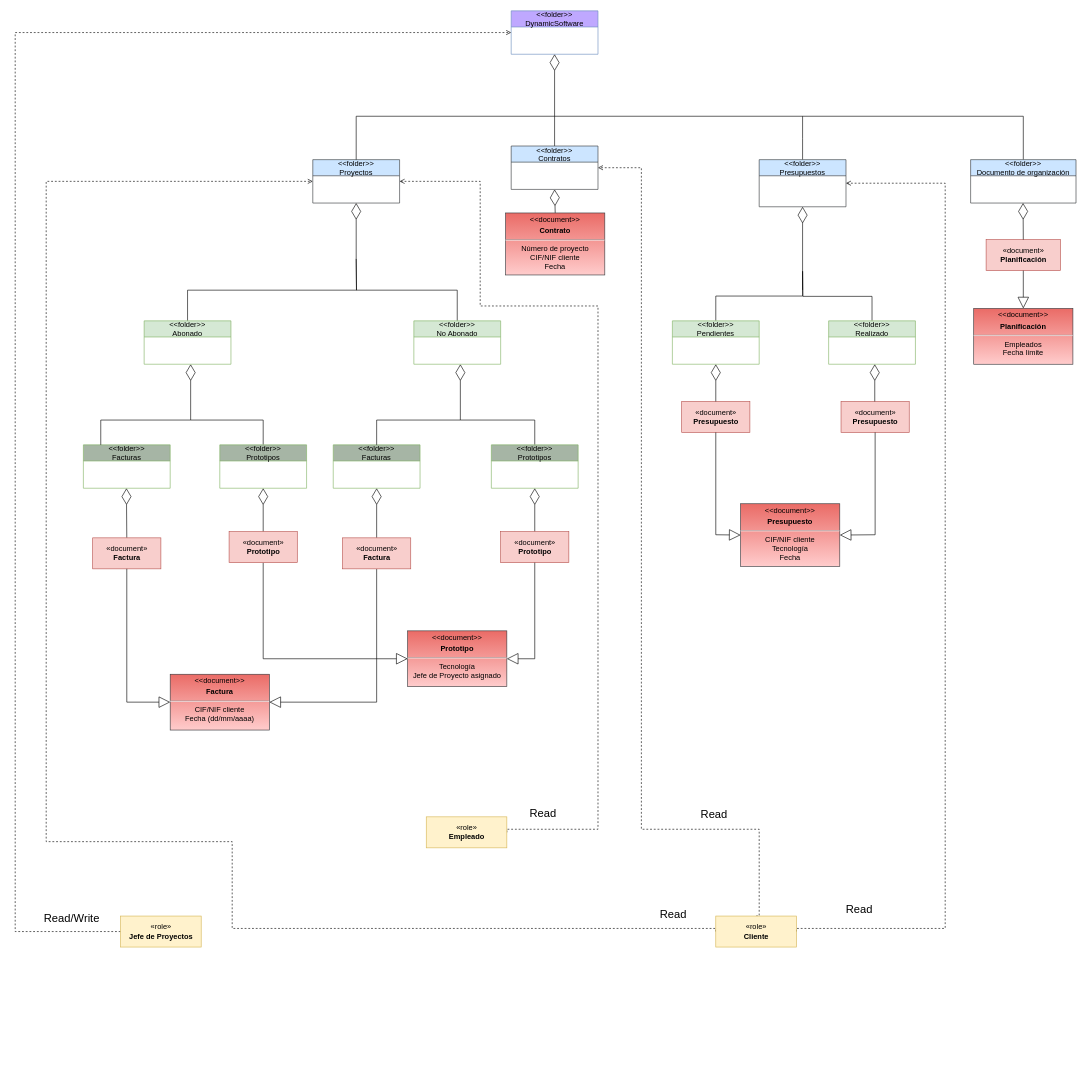
Before: Entrega 4 (19 Noviembre)/Documentación Análisis/Análisis UML DMS v2.drawio in EsDeSepa/GSI-2122-G04, a draw.io diagram. Source tidied: cells renumbered, new cells numbered last; positions are measured from the earlier drawing's top-left corner, leaving out a move shared by most shapes. Both pictures are drawn from the tidied source at 62%, with x=0, y=0 at pixel (15, 11).
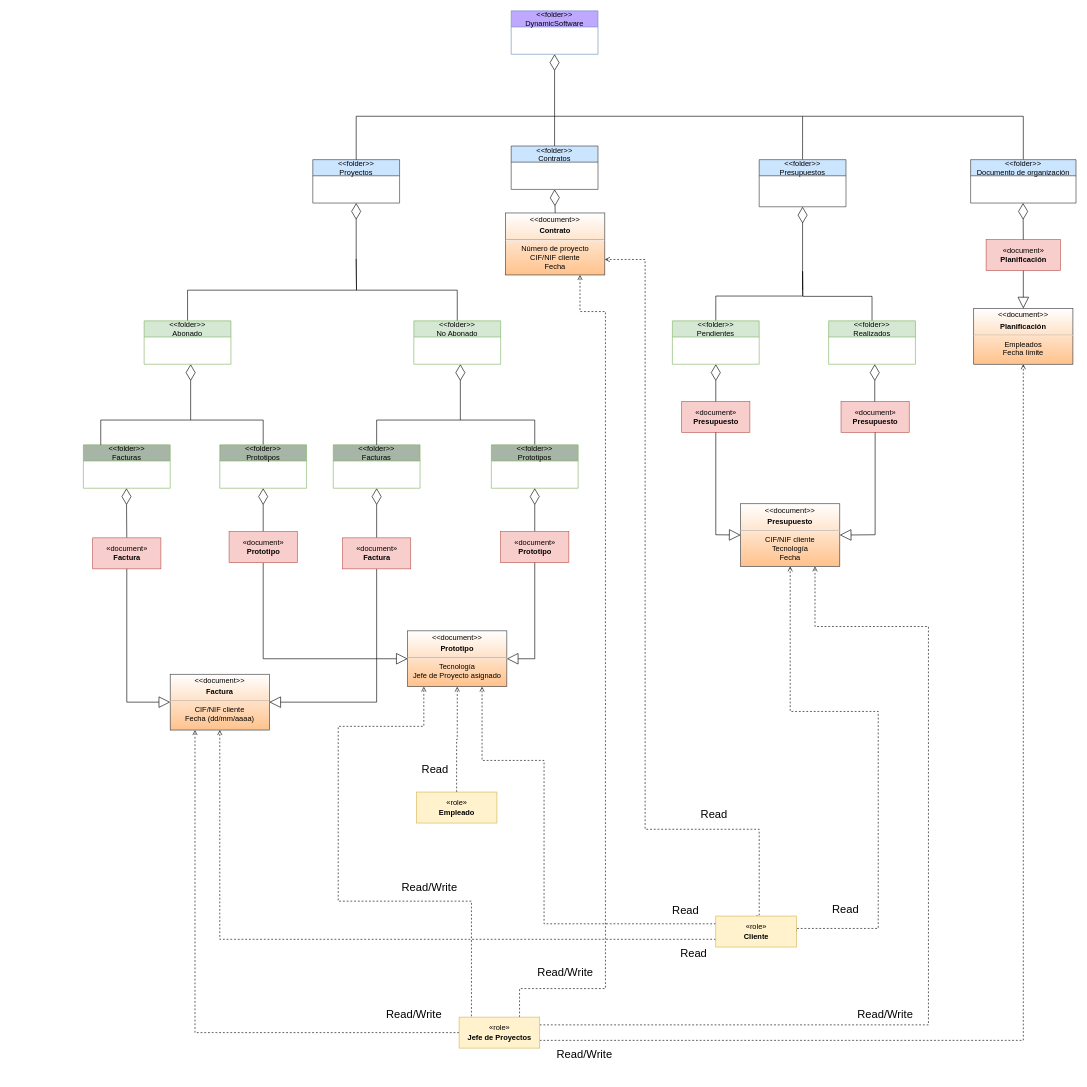
After the change.

Commit message:
Modificacón coloración UML v2 para DMS-2

The change refers to these unchanged cells:
```xml
<mxCell id="2" value="&lt;&lt;folder&gt;&gt;&#10;DynamicSoftware" style="swimlane;fontStyle=0;horizontal=1;startSize=26;fillColor=#BFA8FF;strokeColor=#6c8ebf;" parent="1" vertex="1">
  <mxGeometry x="800" width="140" height="70" as="geometry" />
</mxCell>
<mxCell id="4" value="&lt;&lt;folder&gt;&gt;&#10;Contratos" style="swimlane;fontStyle=0;horizontal=1;startSize=26;fillColor=#cce5ff;strokeColor=#36393d;" parent="1" vertex="1">
  <mxGeometry x="800" y="218" width="140" height="70" as="geometry" />
</mxCell>
<mxCell id="6" value="&lt;&lt;folder&gt;&gt;&#10;Proyectos" style="swimlane;fontStyle=0;horizontal=1;startSize=26;fillColor=#cce5ff;strokeColor=#36393d;" parent="1" vertex="1">
  <mxGeometry x="480" y="240" width="140" height="70" as="geometry" />
</mxCell>
<mxCell id="9" value="&lt;&lt;folder&gt;&gt;&#10;Presupuestos" style="swimlane;fontStyle=0;horizontal=1;startSize=26;fillColor=#cce5ff;strokeColor=#36393d;" parent="1" vertex="1">
  <mxGeometry x="1200" y="240" width="140" height="76" as="geometry" />
</mxCell>
<mxCell id="62" value="«role»&lt;br&gt;&lt;b&gt;Cliente&lt;/b&gt;" style="html=1;fillColor=#fff2cc;strokeColor=#d6b656;" parent="1" vertex="1">
  <mxGeometry x="1130" y="1460" width="130" height="50" as="geometry" />
</mxCell>
```

Change to the diagram source:
```diff
@@
-    <mxCell id="37" value="&lt;&lt;folder&gt;&gt;&#10;Realizado" style="swimlane;fontStyle=0;horizontal=1;startSize=26;fillColor=#d5e8d4;strokeColor=#82b366;" parent="1" vertex="1">
+    <mxCell id="37" value="&lt;&lt;folder&gt;&gt;&#10;Realizados" style="swimlane;fontStyle=0;horizontal=1;startSize=26;fillColor=#d5e8d4;strokeColor=#82b366;" parent="1" vertex="1">
       <mxGeometry x="1312" y="500" width="140" height="70" as="geometry" />
     </mxCell>
@@
-    <mxCell id="51" style="edgeStyle=orthogonalEdgeStyle;rounded=0;jettySize=auto;html=1;exitX=0;exitY=0.5;exitDx=0;exitDy=0;entryX=0;entryY=0.5;entryDx=0;entryDy=0;dashed=1;fontSize=18;endArrow=open;endFill=0;" parent="1" edge="1" source="52" target="2">
-      <mxGeometry relative="1" as="geometry">
-        <Array as="points">
-          <mxPoint y="1485" />
-          <mxPoint y="35" />
-        </Array>
-      </mxGeometry>
-    </mxCell>
+    <mxCell id="71" style="edgeStyle=orthogonalEdgeStyle;rounded=0;jettySize=auto;html=1;exitX=1;exitY=0.25;exitDx=0;exitDy=0;entryX=0.75;entryY=1;entryDx=0;entryDy=0;dashed=1;endArrow=open;endFill=0;" parent="1" edge="1" source="52" target="57">
+      <mxGeometry relative="1" as="geometry">
+        <Array as="points">
+          <mxPoint x="1473" y="1636" />
+          <mxPoint x="1473" y="993" />
+          <mxPoint x="1290" y="993" />
+        </Array>
+      </mxGeometry>
+    </mxCell>
+    <mxCell id="72" style="edgeStyle=orthogonalEdgeStyle;rounded=0;jettySize=auto;html=1;exitX=0;exitY=0.5;exitDx=0;exitDy=0;entryX=0.25;entryY=1;entryDx=0;entryDy=0;dashed=1;endArrow=open;endFill=0;" parent="1" edge="1" source="52" target="55">
+      <mxGeometry relative="1" as="geometry" />
+    </mxCell>
+    <mxCell id="73" style="edgeStyle=orthogonalEdgeStyle;rounded=0;jettySize=auto;html=1;exitX=1;exitY=0.75;exitDx=0;exitDy=0;entryX=0.5;entryY=1;entryDx=0;entryDy=0;dashed=1;endArrow=open;endFill=0;" parent="1" edge="1" source="52" target="58">
+      <mxGeometry relative="1" as="geometry" />
+    </mxCell>
+    <mxCell id="74" style="edgeStyle=orthogonalEdgeStyle;rounded=0;jettySize=auto;html=1;exitX=0.75;exitY=0;exitDx=0;exitDy=0;entryX=0.75;entryY=1;entryDx=0;entryDy=0;dashed=1;endArrow=open;endFill=0;" parent="1" edge="1" source="52" target="70">
+      <mxGeometry relative="1" as="geometry">
+        <Array as="points">
+          <mxPoint x="814" y="1577" />
+          <mxPoint x="952" y="1577" />
+          <mxPoint x="952" y="485" />
+          <mxPoint x="911" y="485" />
+        </Array>
+      </mxGeometry>
+    </mxCell>
+    <mxCell id="75" style="edgeStyle=orthogonalEdgeStyle;rounded=0;jettySize=auto;html=1;exitX=0.153;exitY=-0.025;exitDx=0;exitDy=0;dashed=1;endArrow=open;endFill=0;entryX=0.163;entryY=1;entryDx=0;entryDy=0;entryPerimeter=0;exitPerimeter=0;" parent="1" edge="1" source="52" target="53">
+      <mxGeometry relative="1" as="geometry">
+        <Array as="points">
+          <mxPoint x="736" y="1436" />
+          <mxPoint x="521" y="1436" />
+          <mxPoint x="521" y="1154" />
+          <mxPoint x="659" y="1154" />
+        </Array>
+      </mxGeometry>
+    </mxCell>
     <mxCell id="52" value="«role»&lt;br&gt;&lt;b&gt;Jefe de Proyectos&lt;/b&gt;" style="html=1;fillColor=#fff2cc;strokeColor=#d6b656;" parent="1" vertex="1">
-      <mxGeometry x="170" y="1460" width="130" height="50" as="geometry" />
+      <mxGeometry x="716" y="1623" width="130" height="50" as="geometry" />
     </mxCell>
-    <mxCell id="53" value="&lt;p style=&quot;margin: 4px 0px 0px ; text-align: center&quot;&gt;&amp;lt;&amp;lt;document&amp;gt;&amp;gt;&lt;/p&gt;&lt;p style=&quot;margin: 4px 0px 0px ; text-align: center&quot;&gt;&lt;b&gt;Prototipo&lt;/b&gt;&lt;/p&gt;&lt;hr&gt;&lt;p style=&quot;margin: 0px ; margin-left: 8px&quot;&gt;&lt;/p&gt;&lt;div style=&quot;text-align: center&quot;&gt;&lt;span&gt;Tecnología&lt;/span&gt;&lt;/div&gt;&lt;div style=&quot;text-align: center&quot;&gt;&lt;span&gt;Jefe de Proyecto asignado&lt;/span&gt;&lt;/div&gt;&lt;p&gt;&lt;/p&gt;" style="verticalAlign=top;align=left;overflow=fill;fontSize=12;fontFamily=Helvetica;html=1;fillColor=#ffcccc;strokeColor=#36393d;gradientDirection=north;gradientColor=#EA6B66;" parent="1" vertex="1">
+    <mxCell id="53" value="&lt;p style=&quot;margin: 4px 0px 0px ; text-align: center&quot;&gt;&amp;lt;&amp;lt;document&amp;gt;&amp;gt;&lt;/p&gt;&lt;p style=&quot;margin: 4px 0px 0px ; text-align: center&quot;&gt;&lt;b&gt;Prototipo&lt;/b&gt;&lt;/p&gt;&lt;hr&gt;&lt;p style=&quot;margin: 0px ; margin-left: 8px&quot;&gt;&lt;/p&gt;&lt;div style=&quot;text-align: center&quot;&gt;&lt;span&gt;Tecnología&lt;/span&gt;&lt;/div&gt;&lt;div style=&quot;text-align: center&quot;&gt;&lt;span&gt;Jefe de Proyecto asignado&lt;/span&gt;&lt;/div&gt;&lt;p&gt;&lt;/p&gt;" style="verticalAlign=top;align=left;overflow=fill;fontSize=12;fontFamily=Helvetica;html=1;fillColor=#FFC28C;strokeColor=#36393d;gradientDirection=north;gradientColor=#ffffff;" parent="1" vertex="1">
       <mxGeometry x="633" y="1000" width="160" height="90" as="geometry" />
     </mxCell>
@@
-    <mxCell id="55" value="&lt;p style=&quot;margin: 4px 0px 0px ; text-align: center&quot;&gt;&amp;lt;&amp;lt;document&amp;gt;&amp;gt;&lt;/p&gt;&lt;p style=&quot;margin: 4px 0px 0px ; text-align: center&quot;&gt;&lt;b&gt;Factura&lt;/b&gt;&lt;/p&gt;&lt;hr&gt;&lt;p style=&quot;margin: 0px ; margin-left: 8px&quot;&gt;&lt;/p&gt;&lt;div style=&quot;text-align: center&quot;&gt;&lt;span&gt;CIF/NIF cliente&lt;/span&gt;&lt;/div&gt;&lt;div style=&quot;text-align: center&quot;&gt;&lt;span&gt;Fecha (dd/mm/aaaa)&lt;/span&gt;&lt;/div&gt;&lt;p&gt;&lt;/p&gt;" style="verticalAlign=top;align=left;overflow=fill;fontSize=12;fontFamily=Helvetica;html=1;fillColor=#ffcccc;strokeColor=#36393d;gradientDirection=north;gradientColor=#EA6B66;" parent="1" vertex="1">
+    <mxCell id="55" value="&lt;p style=&quot;margin: 4px 0px 0px ; text-align: center&quot;&gt;&amp;lt;&amp;lt;document&amp;gt;&amp;gt;&lt;/p&gt;&lt;p style=&quot;margin: 4px 0px 0px ; text-align: center&quot;&gt;&lt;b&gt;Factura&lt;/b&gt;&lt;/p&gt;&lt;hr&gt;&lt;p style=&quot;margin: 0px ; margin-left: 8px&quot;&gt;&lt;/p&gt;&lt;div style=&quot;text-align: center&quot;&gt;&lt;span&gt;CIF/NIF cliente&lt;/span&gt;&lt;/div&gt;&lt;div style=&quot;text-align: center&quot;&gt;&lt;span&gt;Fecha (dd/mm/aaaa)&lt;/span&gt;&lt;/div&gt;&lt;p&gt;&lt;/p&gt;" style="verticalAlign=top;align=left;overflow=fill;fontSize=12;fontFamily=Helvetica;html=1;fillColor=#FFC28C;strokeColor=#36393d;gradientDirection=north;gradientColor=#ffffff;" parent="1" vertex="1">
       <mxGeometry x="250" y="1070" width="160" height="90" as="geometry" />
     </mxCell>
@@
-    <mxCell id="57" value="&lt;p style=&quot;margin: 4px 0px 0px ; text-align: center&quot;&gt;&amp;lt;&amp;lt;document&amp;gt;&amp;gt;&lt;/p&gt;&lt;p style=&quot;margin: 4px 0px 0px ; text-align: center&quot;&gt;&lt;b&gt;Presupuesto&lt;/b&gt;&lt;/p&gt;&lt;hr&gt;&lt;p style=&quot;margin: 0px ; margin-left: 8px&quot;&gt;&lt;/p&gt;&lt;div style=&quot;text-align: center&quot;&gt;&lt;span&gt;CIF/NIF cliente&lt;/span&gt;&lt;/div&gt;&lt;div style=&quot;text-align: center&quot;&gt;&lt;span&gt;Tecnología&lt;/span&gt;&lt;/div&gt;&lt;div style=&quot;text-align: center&quot;&gt;&lt;span&gt;Fecha&lt;/span&gt;&lt;/div&gt;&lt;p&gt;&lt;/p&gt;" style="verticalAlign=top;align=left;overflow=fill;fontSize=12;fontFamily=Helvetica;html=1;fillColor=#ffcccc;strokeColor=#36393d;gradientDirection=north;gradientColor=#EA6B66;" parent="1" vertex="1">
+    <mxCell id="57" value="&lt;p style=&quot;margin: 4px 0px 0px ; text-align: center&quot;&gt;&amp;lt;&amp;lt;document&amp;gt;&amp;gt;&lt;/p&gt;&lt;p style=&quot;margin: 4px 0px 0px ; text-align: center&quot;&gt;&lt;b&gt;Presupuesto&lt;/b&gt;&lt;/p&gt;&lt;hr&gt;&lt;p style=&quot;margin: 0px ; margin-left: 8px&quot;&gt;&lt;/p&gt;&lt;div style=&quot;text-align: center&quot;&gt;&lt;span&gt;CIF/NIF cliente&lt;/span&gt;&lt;/div&gt;&lt;div style=&quot;text-align: center&quot;&gt;&lt;span&gt;Tecnología&lt;/span&gt;&lt;/div&gt;&lt;div style=&quot;text-align: center&quot;&gt;&lt;span&gt;Fecha&lt;/span&gt;&lt;/div&gt;&lt;p&gt;&lt;/p&gt;" style="verticalAlign=top;align=left;overflow=fill;fontSize=12;fontFamily=Helvetica;html=1;fillColor=#FFC28C;strokeColor=#36393d;gradientDirection=north;gradientColor=#ffffff;" parent="1" vertex="1">
       <mxGeometry x="1170" y="795" width="160" height="101" as="geometry" />
     </mxCell>
-    <mxCell id="58" value="&lt;p style=&quot;margin: 4px 0px 0px ; text-align: center&quot;&gt;&amp;lt;&amp;lt;document&amp;gt;&amp;gt;&lt;/p&gt;&lt;p style=&quot;margin: 4px 0px 0px ; text-align: center&quot;&gt;&lt;b&gt;Planificación&lt;/b&gt;&lt;/p&gt;&lt;hr&gt;&lt;p style=&quot;margin: 0px ; margin-left: 8px&quot;&gt;&lt;/p&gt;&lt;div style=&quot;text-align: center&quot;&gt;&lt;span&gt;Empleados&lt;/span&gt;&lt;/div&gt;&lt;div style=&quot;text-align: center&quot;&gt;&lt;span&gt;Fecha límite&lt;/span&gt;&lt;/div&gt;&lt;p&gt;&lt;/p&gt;" style="verticalAlign=top;align=left;overflow=fill;fontSize=12;fontFamily=Helvetica;html=1;fillColor=#ffcccc;strokeColor=#36393d;gradientDirection=north;gradientColor=#EA6B66;" parent="1" vertex="1">
+    <mxCell id="58" value="&lt;p style=&quot;margin: 4px 0px 0px ; text-align: center&quot;&gt;&amp;lt;&amp;lt;document&amp;gt;&amp;gt;&lt;/p&gt;&lt;p style=&quot;margin: 4px 0px 0px ; text-align: center&quot;&gt;&lt;b&gt;Planificación&lt;/b&gt;&lt;/p&gt;&lt;hr&gt;&lt;p style=&quot;margin: 0px ; margin-left: 8px&quot;&gt;&lt;/p&gt;&lt;div style=&quot;text-align: center&quot;&gt;&lt;span&gt;Empleados&lt;/span&gt;&lt;/div&gt;&lt;div style=&quot;text-align: center&quot;&gt;&lt;span&gt;Fecha límite&lt;/span&gt;&lt;/div&gt;&lt;p&gt;&lt;/p&gt;" style="verticalAlign=top;align=left;overflow=fill;fontSize=12;fontFamily=Helvetica;html=1;fillColor=#FFC28C;strokeColor=#36393d;gradientDirection=north;gradientColor=#ffffff;" parent="1" vertex="1">
       <mxGeometry x="1546" y="480" width="160" height="90" as="geometry" />
     </mxCell>
-    <mxCell id="59" style="edgeStyle=orthogonalEdgeStyle;rounded=0;jettySize=auto;html=1;exitX=1;exitY=0.5;exitDx=0;exitDy=0;entryX=1;entryY=0.5;entryDx=0;entryDy=0;dashed=1;endArrow=open;endFill=0;" parent="1" edge="1" source="62" target="9">
+    <mxCell id="59" style="edgeStyle=orthogonalEdgeStyle;rounded=0;jettySize=auto;html=1;exitX=1;exitY=0.5;exitDx=0;exitDy=0;entryX=0.5;entryY=1;entryDx=0;entryDy=0;dashed=1;endArrow=open;endFill=0;" parent="1" edge="1" source="62" target="57">
       <mxGeometry relative="1" as="geometry">
         <Array as="points">
           <mxPoint x="1260" y="1480" />
-          <mxPoint x="1500" y="1480" />
-          <mxPoint x="1500" y="278" />
+          <mxPoint x="1392" y="1480" />
+          <mxPoint x="1392" y="1130" />
+          <mxPoint x="1250" y="1130" />
         </Array>
       </mxGeometry>
     </mxCell>
-    <mxCell id="60" style="edgeStyle=orthogonalEdgeStyle;rounded=0;jettySize=auto;html=1;exitX=0;exitY=0.5;exitDx=0;exitDy=0;entryX=0;entryY=0.5;entryDx=0;entryDy=0;dashed=1;fontSize=18;endArrow=open;endFill=0;" parent="1" edge="1" source="62" target="6">
+    <mxCell id="60" style="edgeStyle=orthogonalEdgeStyle;rounded=0;jettySize=auto;html=1;exitX=0;exitY=0.75;exitDx=0;exitDy=0;entryX=0.5;entryY=1;entryDx=0;entryDy=0;dashed=1;fontSize=18;endArrow=open;endFill=0;" parent="1" edge="1" source="62" target="55">
       <mxGeometry relative="1" as="geometry">
         <Array as="points">
-          <mxPoint x="1130" y="1480" />
-          <mxPoint x="350" y="1480" />
-          <mxPoint x="350" y="1340" />
-          <mxPoint x="50" y="1340" />
-          <mxPoint x="50" y="275" />
+          <mxPoint x="330" y="1498" />
         </Array>
       </mxGeometry>
     </mxCell>
-    <mxCell id="61" style="edgeStyle=orthogonalEdgeStyle;rounded=0;jettySize=auto;html=1;exitX=0.5;exitY=0;exitDx=0;exitDy=0;entryX=1;entryY=0.5;entryDx=0;entryDy=0;dashed=1;fontSize=18;endArrow=open;endFill=0;" parent="1" edge="1" source="62" target="4">
+    <mxCell id="61" style="edgeStyle=orthogonalEdgeStyle;rounded=0;jettySize=auto;html=1;exitX=0.5;exitY=0;exitDx=0;exitDy=0;entryX=1;entryY=0.75;entryDx=0;entryDy=0;dashed=1;fontSize=18;endArrow=open;endFill=0;" parent="1" edge="1" source="62" target="70">
       <mxGeometry relative="1" as="geometry">
         <Array as="points">
           <mxPoint x="1200" y="1460" />
           <mxPoint x="1200" y="1320" />
-          <mxPoint x="1010" y="1320" />
-          <mxPoint x="1010" y="253" />
+          <mxPoint x="1016" y="1320" />
+          <mxPoint x="1016" y="401" />
         </Array>
       </mxGeometry>
     </mxCell>
+    <mxCell id="76" style="edgeStyle=orthogonalEdgeStyle;rounded=0;jettySize=auto;html=1;exitX=0;exitY=0.25;exitDx=0;exitDy=0;dashed=1;endArrow=open;endFill=0;entryX=0.75;entryY=1;entryDx=0;entryDy=0;" parent="1" edge="1" source="62" target="53">
+      <mxGeometry relative="1" as="geometry">
+        <Array as="points">
+          <mxPoint x="853" y="1473" />
+          <mxPoint x="853" y="1209" />
+          <mxPoint x="753" y="1209" />
+        </Array>
+      </mxGeometry>
+    </mxCell>
@@
     <mxCell id="63" value="Read" style="edgeLabel;html=1;align=center;verticalAlign=middle;fontSize=18;" parent="1" vertex="1">
-      <mxGeometry x="1360" y="1485" as="geometry">
+      <mxGeometry x="1338" y="1485" as="geometry">
         <mxPoint y="-37" as="offset" />
       </mxGeometry>
     </mxCell>
     <mxCell id="64" value="Read/Write" style="edgeLabel;html=1;align=center;verticalAlign=middle;fontSize=18;" parent="1" vertex="1">
-      <mxGeometry x="90" y="1500" as="geometry">
+      <mxGeometry x="1402" y="1655" as="geometry">
         <mxPoint y="-37" as="offset" />
       </mxGeometry>
     </mxCell>
@@
     <mxCell id="66" value="Read" style="edgeLabel;html=1;align=center;verticalAlign=middle;fontSize=18;" parent="1" vertex="1">
-      <mxGeometry x="1060" y="1493" as="geometry">
+      <mxGeometry x="1080" y="1487" as="geometry">
         <mxPoint y="-37" as="offset" />
       </mxGeometry>
     </mxCell>
-    <mxCell id="67" style="edgeStyle=orthogonalEdgeStyle;rounded=0;jettySize=auto;html=1;exitX=1;exitY=0.5;exitDx=0;exitDy=0;entryX=1;entryY=0.5;entryDx=0;entryDy=0;fontSize=18;endArrow=open;endFill=0;dashed=1;" parent="1" edge="1" source="68" target="6">
-      <mxGeometry relative="1" as="geometry">
-        <Array as="points">
-          <mxPoint x="793" y="1320" />
-          <mxPoint x="940" y="1320" />
-          <mxPoint x="940" y="476" />
-          <mxPoint x="750" y="476" />
-          <mxPoint x="750" y="275" />
-        </Array>
-      </mxGeometry>
-    </mxCell>
+    <mxCell id="77" style="edgeStyle=orthogonalEdgeStyle;rounded=0;jettySize=auto;html=1;exitX=0.5;exitY=0;exitDx=0;exitDy=0;endArrow=open;endFill=0;dashed=1;" parent="1" edge="1" source="68" target="53">
+      <mxGeometry relative="1" as="geometry" />
+    </mxCell>
     <mxCell id="68" value="«role»&lt;br&gt;&lt;b&gt;Empleado&lt;/b&gt;" style="html=1;fillColor=#fff2cc;strokeColor=#d6b656;" parent="1" vertex="1">
-      <mxGeometry x="663" y="1300" width="130" height="50" as="geometry" />
+      <mxGeometry x="647" y="1260" width="130" height="50" as="geometry" />
     </mxCell>
     <mxCell id="69" value="Read" style="edgeLabel;html=1;align=center;verticalAlign=middle;fontSize=18;" parent="1" vertex="1">
-      <mxGeometry x="850" y="1330" as="geometry">
+      <mxGeometry x="676" y="1259" as="geometry">
         <mxPoint y="-37" as="offset" />
       </mxGeometry>
     </mxCell>
-    <mxCell id="70" value="&lt;p style=&quot;margin: 4px 0px 0px ; text-align: center&quot;&gt;&amp;lt;&amp;lt;document&amp;gt;&amp;gt;&lt;/p&gt;&lt;p style=&quot;margin: 4px 0px 0px ; text-align: center&quot;&gt;&lt;b&gt;Contrato&lt;/b&gt;&lt;/p&gt;&lt;hr&gt;&lt;p style=&quot;margin: 0px ; margin-left: 8px&quot;&gt;&lt;/p&gt;&lt;div style=&quot;text-align: center&quot;&gt;&lt;span&gt;Número de proyecto&lt;br&gt;&lt;/span&gt;&lt;/div&gt;&lt;div style=&quot;text-align: center&quot;&gt;&lt;span&gt;CIF/NIF cliente&lt;/span&gt;&lt;/div&gt;&lt;div style=&quot;text-align: center&quot;&gt;&lt;span&gt;Fecha&lt;/span&gt;&lt;/div&gt;&lt;p&gt;&lt;/p&gt;" style="verticalAlign=top;align=left;overflow=fill;fontSize=12;fontFamily=Helvetica;html=1;fillColor=#ffcccc;strokeColor=#36393d;gradientDirection=north;gradientColor=#EA6B66;" parent="1" vertex="1">
+    <mxCell id="70" value="&lt;p style=&quot;margin: 4px 0px 0px ; text-align: center&quot;&gt;&amp;lt;&amp;lt;document&amp;gt;&amp;gt;&lt;/p&gt;&lt;p style=&quot;margin: 4px 0px 0px ; text-align: center&quot;&gt;&lt;b&gt;Contrato&lt;/b&gt;&lt;/p&gt;&lt;hr&gt;&lt;p style=&quot;margin: 0px ; margin-left: 8px&quot;&gt;&lt;/p&gt;&lt;div style=&quot;text-align: center&quot;&gt;&lt;span&gt;Número de proyecto&lt;br&gt;&lt;/span&gt;&lt;/div&gt;&lt;div style=&quot;text-align: center&quot;&gt;&lt;span&gt;CIF/NIF cliente&lt;/span&gt;&lt;/div&gt;&lt;div style=&quot;text-align: center&quot;&gt;&lt;span&gt;Fecha&lt;/span&gt;&lt;/div&gt;&lt;p&gt;&lt;/p&gt;" style="verticalAlign=top;align=left;overflow=fill;fontSize=12;fontFamily=Helvetica;html=1;fillColor=#FFC28C;strokeColor=#36393d;gradientDirection=north;gradientColor=#ffffff;" parent="1" vertex="1">
       <mxGeometry x="791" y="326" width="160" height="100" as="geometry" />
     </mxCell>
+    <mxCell id="78" value="Read/Write" style="edgeLabel;html=1;align=center;verticalAlign=middle;fontSize=18;" parent="1" vertex="1">
+      <mxGeometry x="642" y="1655" as="geometry">
+        <mxPoint y="-37" as="offset" />
+      </mxGeometry>
+    </mxCell>
+    <mxCell id="79" value="Read/Write" style="edgeLabel;html=1;align=center;verticalAlign=middle;fontSize=18;" parent="1" vertex="1">
+      <mxGeometry x="917" y="1719" as="geometry">
+        <mxPoint y="-37" as="offset" />
+      </mxGeometry>
+    </mxCell>
+    <mxCell id="80" value="Read/Write" style="edgeLabel;html=1;align=center;verticalAlign=middle;fontSize=18;" parent="1" vertex="1">
+      <mxGeometry x="886" y="1587" as="geometry">
+        <mxPoint y="-37" as="offset" />
+      </mxGeometry>
+    </mxCell>
+    <mxCell id="81" value="Read/Write" style="edgeLabel;html=1;align=center;verticalAlign=middle;fontSize=18;" parent="1" vertex="1">
+      <mxGeometry x="667" y="1450" as="geometry">
+        <mxPoint y="-37" as="offset" />
+      </mxGeometry>
+    </mxCell>
+    <mxCell id="82" value="Read" style="edgeLabel;html=1;align=center;verticalAlign=middle;fontSize=18;" parent="1" vertex="1">
+      <mxGeometry x="1093" y="1556" as="geometry">
+        <mxPoint y="-37" as="offset" />
+      </mxGeometry>
+    </mxCell>
```
